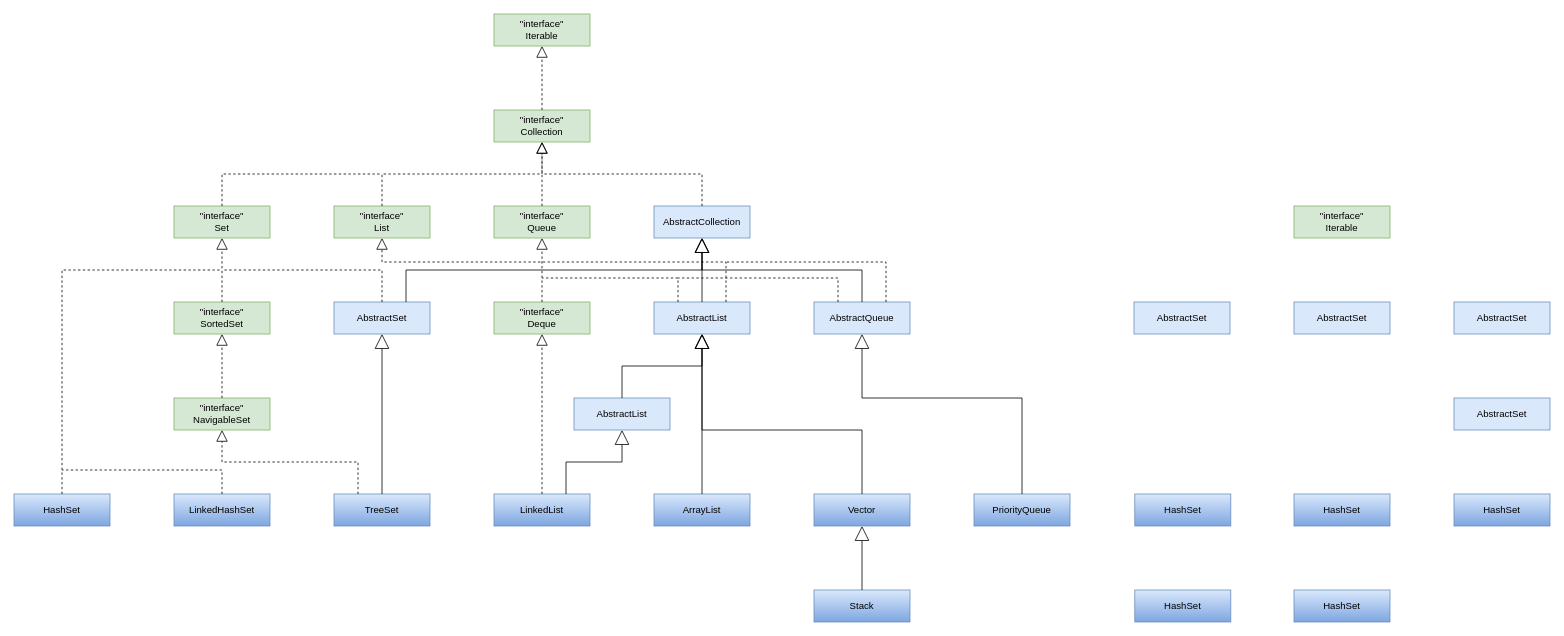
Before: Диаграмма без названия.drawio in NikitaFoshch/UML, a draw.io diagram. Source tidied: cells renumbered, new cells numbered last; positions are measured from the earlier drawing's top-left corner, leaving out a move shared by most shapes. Both pictures are drawn from the tidied source at 80%, with x=0, y=0 at pixel (14, 14).
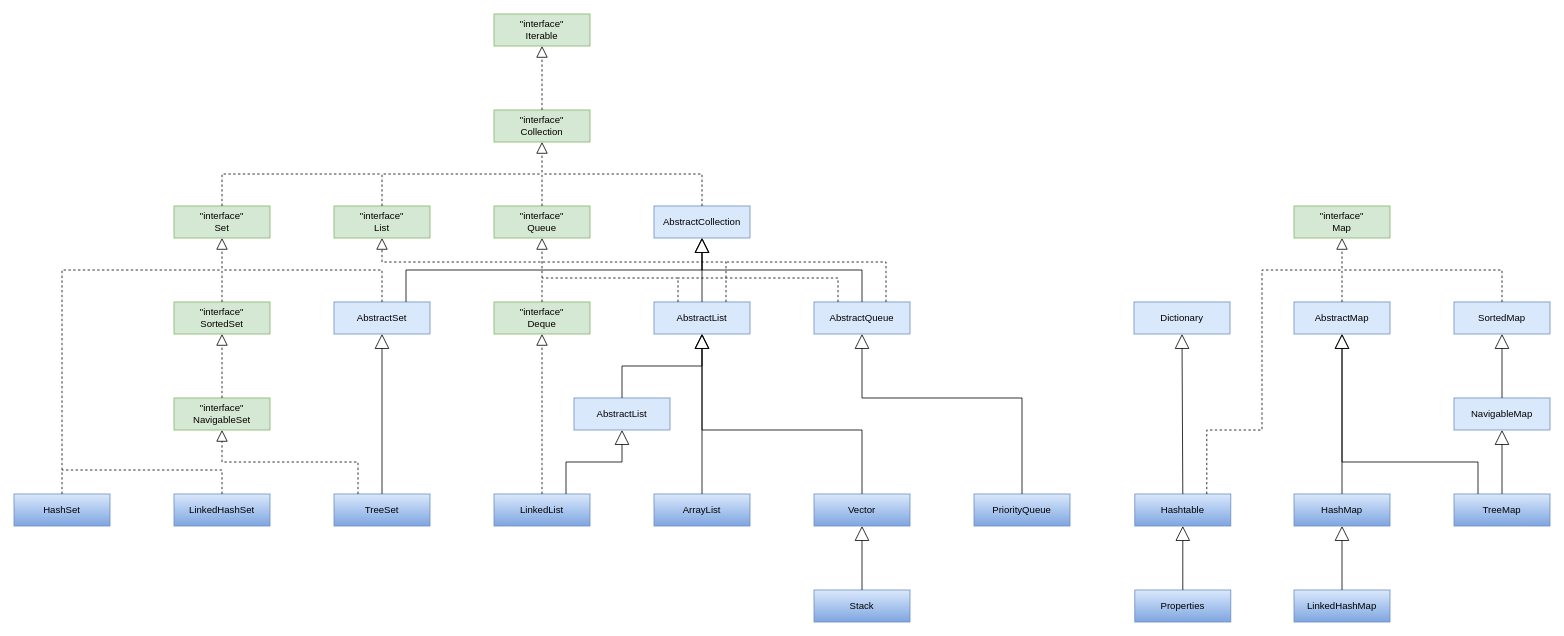
The same page after the edit.

Unchanged cells that the change refers to:
```xml
<mxCell id="3" value="&quot;interface&quot;&lt;br&gt;Collection" style="rounded=0;whiteSpace=wrap;html=1;fillColor=#d5e8d4;strokeColor=#82b366;" parent="1" vertex="1">
  <mxGeometry x="600" y="120" width="120" height="40" as="geometry" />
</mxCell>
<mxCell id="6" value="&quot;interface&quot;&lt;br&gt;List" style="rounded=0;whiteSpace=wrap;html=1;fillColor=#d5e8d4;strokeColor=#82b366;" parent="1" vertex="1">
  <mxGeometry x="400" y="240" width="120" height="40" as="geometry" />
</mxCell>
```

What changed in the source:
```diff
@@
-    <mxCell id="15" value="&quot;interface&quot;&lt;br&gt;Iterable" style="rounded=0;whiteSpace=wrap;html=1;fillColor=#d5e8d4;strokeColor=#82b366;" parent="1" vertex="1">
+    <mxCell id="15" value="&quot;interface&quot;&lt;br&gt;Map" style="rounded=0;whiteSpace=wrap;html=1;fillColor=#d5e8d4;strokeColor=#82b366;" parent="1" vertex="1">
       <mxGeometry x="1600" y="240" width="120" height="40" as="geometry" />
     </mxCell>
-    <mxCell id="16" value="AbstractSet" style="rounded=0;whiteSpace=wrap;html=1;fillColor=#dae8fc;strokeColor=#6c8ebf;" parent="1" vertex="1">
+    <mxCell id="16" value="Dictionary" style="rounded=0;whiteSpace=wrap;html=1;fillColor=#dae8fc;strokeColor=#6c8ebf;" parent="1" vertex="1">
       <mxGeometry x="1400" y="360" width="120" height="40" as="geometry" />
     </mxCell>
-    <mxCell id="17" value="AbstractSet" style="rounded=0;whiteSpace=wrap;html=1;fillColor=#dae8fc;strokeColor=#6c8ebf;" parent="1" vertex="1">
+    <mxCell id="17" value="AbstractMap" style="rounded=0;whiteSpace=wrap;html=1;fillColor=#dae8fc;strokeColor=#6c8ebf;" parent="1" vertex="1">
       <mxGeometry x="1600" y="360" width="120" height="40" as="geometry" />
     </mxCell>
-    <mxCell id="18" value="AbstractSet" style="rounded=0;whiteSpace=wrap;html=1;fillColor=#dae8fc;strokeColor=#6c8ebf;" parent="1" vertex="1">
+    <mxCell id="18" value="SortedMap" style="rounded=0;whiteSpace=wrap;html=1;fillColor=#dae8fc;strokeColor=#6c8ebf;" parent="1" vertex="1">
       <mxGeometry x="1800" y="360" width="120" height="40" as="geometry" />
     </mxCell>
-    <mxCell id="19" value="AbstractSet" style="rounded=0;whiteSpace=wrap;html=1;fillColor=#dae8fc;strokeColor=#6c8ebf;" parent="1" vertex="1">
+    <mxCell id="19" value="NavigableMap" style="rounded=0;whiteSpace=wrap;html=1;fillColor=#dae8fc;strokeColor=#6c8ebf;" parent="1" vertex="1">
       <mxGeometry x="1800" y="480" width="120" height="40" as="geometry" />
     </mxCell>
@@
-    <mxCell id="28" value="HashSet" style="rounded=0;whiteSpace=wrap;html=1;fillColor=#dae8fc;strokeColor=#6c8ebf;gradientColor=#7ea6e0;" parent="1" vertex="1">
+    <mxCell id="28" value="Hashtable" style="rounded=0;whiteSpace=wrap;html=1;fillColor=#dae8fc;strokeColor=#6c8ebf;gradientColor=#7ea6e0;" parent="1" vertex="1">
       <mxGeometry x="1401" y="600" width="120" height="40" as="geometry" />
     </mxCell>
-    <mxCell id="29" value="HashSet" style="rounded=0;whiteSpace=wrap;html=1;fillColor=#dae8fc;strokeColor=#6c8ebf;gradientColor=#7ea6e0;" parent="1" vertex="1">
+    <mxCell id="29" value="HashMap" style="rounded=0;whiteSpace=wrap;html=1;fillColor=#dae8fc;strokeColor=#6c8ebf;gradientColor=#7ea6e0;" parent="1" vertex="1">
       <mxGeometry x="1600" y="600" width="120" height="40" as="geometry" />
     </mxCell>
-    <mxCell id="30" value="HashSet" style="rounded=0;whiteSpace=wrap;html=1;fillColor=#dae8fc;strokeColor=#6c8ebf;gradientColor=#7ea6e0;" parent="1" vertex="1">
+    <mxCell id="30" value="TreeMap" style="rounded=0;whiteSpace=wrap;html=1;fillColor=#dae8fc;strokeColor=#6c8ebf;gradientColor=#7ea6e0;" parent="1" vertex="1">
       <mxGeometry x="1800" y="600" width="120" height="40" as="geometry" />
     </mxCell>
-    <mxCell id="31" value="HashSet" style="rounded=0;whiteSpace=wrap;html=1;fillColor=#dae8fc;strokeColor=#6c8ebf;gradientColor=#7ea6e0;" parent="1" vertex="1">
+    <mxCell id="31" value="Properties" style="rounded=0;whiteSpace=wrap;html=1;fillColor=#dae8fc;strokeColor=#6c8ebf;gradientColor=#7ea6e0;" parent="1" vertex="1">
       <mxGeometry x="1401" y="720" width="120" height="40" as="geometry" />
     </mxCell>
-    <mxCell id="32" value="HashSet" style="rounded=0;whiteSpace=wrap;html=1;fillColor=#dae8fc;strokeColor=#6c8ebf;gradientColor=#7ea6e0;" parent="1" vertex="1">
+    <mxCell id="32" value="LinkedHashMap" style="rounded=0;whiteSpace=wrap;html=1;fillColor=#dae8fc;strokeColor=#6c8ebf;gradientColor=#7ea6e0;" parent="1" vertex="1">
       <mxGeometry x="1600" y="720" width="120" height="40" as="geometry" />
     </mxCell>
@@
-    <mxCell id="34" style="endArrow=block;dashed=1;endFill=0;endSize=12;html=1;rounded=0;exitX=0.5;exitY=0;exitDx=0;exitDy=0;entryX=0.5;entryY=1;entryDx=0;entryDy=0;" parent="1" edge="1" source="6" target="3">
-      <mxGeometry relative="1" as="geometry">
-        <Array as="points">
-          <mxPoint x="460" y="200" />
-          <mxPoint x="660" y="200" />
-        </Array>
-      </mxGeometry>
-    </mxCell>
@@
+    <mxCell id="60" style="endArrow=none;dashed=1;html=1;rounded=0;exitX=0.5;exitY=0;exitDx=0;exitDy=0;" parent="1" edge="1" source="6">
+      <mxGeometry relative="1" as="geometry">
+        <mxPoint x="660" y="200" as="targetPoint" />
+        <Array as="points">
+          <mxPoint x="460" y="200" />
+        </Array>
+      </mxGeometry>
+    </mxCell>
+    <mxCell id="61" style="endArrow=block;dashed=1;endFill=0;endSize=12;html=1;rounded=0;exitX=0.5;exitY=0;exitDx=0;exitDy=0;entryX=0.5;entryY=1;entryDx=0;entryDy=0;" parent="1" edge="1" source="17" target="15">
+      <mxGeometry relative="1" as="geometry" />
+    </mxCell>
+    <mxCell id="62" style="endArrow=block;endSize=16;endFill=0;html=1;rounded=0;exitX=0.5;exitY=0;exitDx=0;exitDy=0;entryX=0.5;entryY=1;entryDx=0;entryDy=0;" parent="1" edge="1" source="28" target="16">
+      <mxGeometry relative="1" as="geometry" />
+    </mxCell>
+    <mxCell id="63" style="endArrow=block;endSize=16;endFill=0;html=1;rounded=0;exitX=0.5;exitY=0;exitDx=0;exitDy=0;entryX=0.5;entryY=1;entryDx=0;entryDy=0;" parent="1" edge="1" source="29" target="17">
+      <mxGeometry relative="1" as="geometry" />
+    </mxCell>
+    <mxCell id="64" style="endArrow=block;endSize=16;endFill=0;html=1;rounded=0;exitX=0.5;exitY=0;exitDx=0;exitDy=0;entryX=0.5;entryY=1;entryDx=0;entryDy=0;" parent="1" edge="1" source="19" target="18">
+      <mxGeometry relative="1" as="geometry" />
+    </mxCell>
+    <mxCell id="65" style="endArrow=block;endSize=16;endFill=0;html=1;rounded=0;exitX=0.5;exitY=0;exitDx=0;exitDy=0;entryX=0.5;entryY=1;entryDx=0;entryDy=0;" parent="1" edge="1" source="30" target="19">
+      <mxGeometry relative="1" as="geometry" />
+    </mxCell>
+    <mxCell id="66" style="endArrow=block;endSize=16;endFill=0;html=1;rounded=0;exitX=0.5;exitY=0;exitDx=0;exitDy=0;entryX=0.5;entryY=1;entryDx=0;entryDy=0;" parent="1" edge="1" source="32" target="29">
+      <mxGeometry relative="1" as="geometry" />
+    </mxCell>
+    <mxCell id="67" style="endArrow=block;endSize=16;endFill=0;html=1;rounded=0;exitX=0.5;exitY=0;exitDx=0;exitDy=0;entryX=0.5;entryY=1;entryDx=0;entryDy=0;" parent="1" edge="1" source="31" target="28">
+      <mxGeometry relative="1" as="geometry" />
+    </mxCell>
+    <mxCell id="68" style="endArrow=block;endSize=16;endFill=0;html=1;rounded=0;exitX=0.25;exitY=0;exitDx=0;exitDy=0;entryX=0.5;entryY=1;entryDx=0;entryDy=0;" parent="1" edge="1" source="30" target="17">
+      <mxGeometry relative="1" as="geometry">
+        <Array as="points">
+          <mxPoint x="1830" y="560" />
+          <mxPoint x="1660" y="560" />
+        </Array>
+      </mxGeometry>
+    </mxCell>
+    <mxCell id="69" style="endArrow=none;dashed=1;html=1;rounded=0;exitX=0.75;exitY=0;exitDx=0;exitDy=0;" parent="1" edge="1" source="28">
+      <mxGeometry relative="1" as="geometry">
+        <mxPoint x="1660" y="320" as="targetPoint" />
+        <Array as="points">
+          <mxPoint x="1491" y="520" />
+          <mxPoint x="1560" y="520" />
+          <mxPoint x="1560" y="320" />
+        </Array>
+      </mxGeometry>
+    </mxCell>
+    <mxCell id="70" style="endArrow=none;dashed=1;html=1;rounded=0;exitX=0.5;exitY=0;exitDx=0;exitDy=0;" parent="1" edge="1" source="18">
+      <mxGeometry relative="1" as="geometry">
+        <mxPoint x="1660" y="320" as="targetPoint" />
+        <Array as="points">
+          <mxPoint x="1860" y="320" />
+        </Array>
+      </mxGeometry>
+    </mxCell>
```
